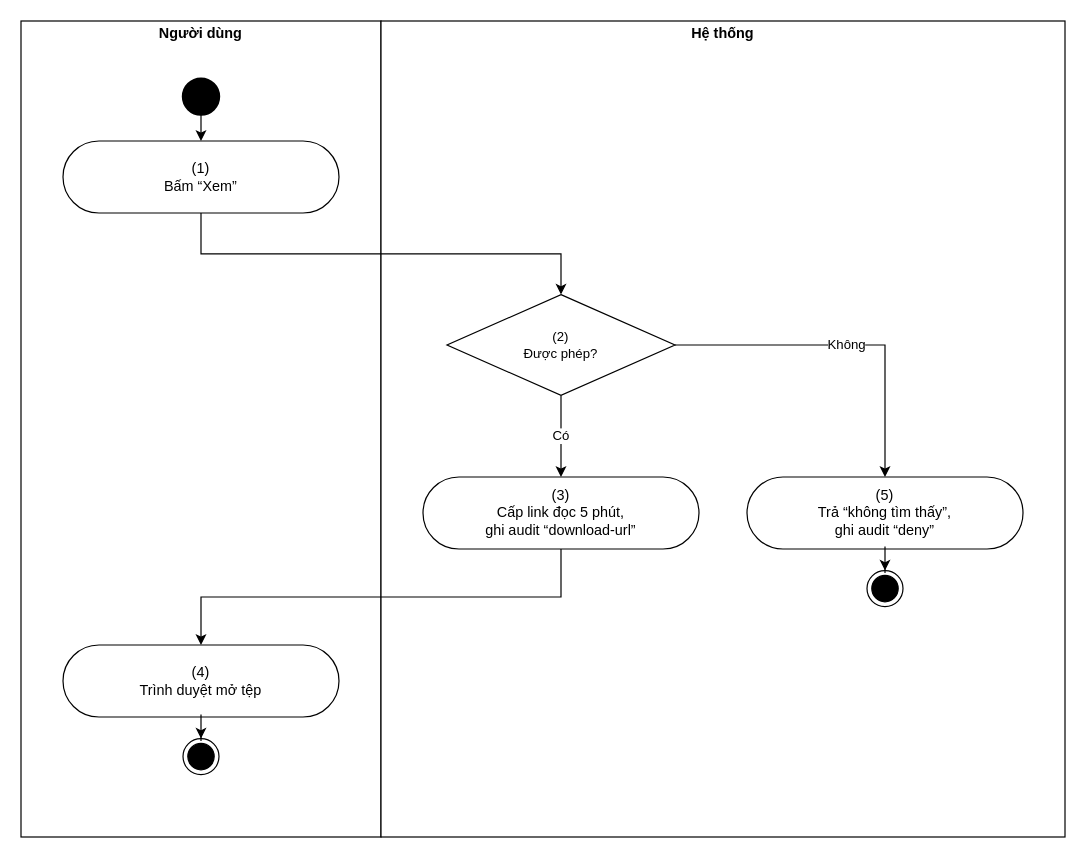
Earlier version of the draw.io diagram page "UC 30 Download a document" (3 of 4) of docs/02-requirements/srs/dist/diagrams/10-activity-documents.drawio (viethung12062005/smart-hospital-platform). Source tidied: cells renumbered, new cells numbered last; positions are measured from the earlier drawing's top-left corner, leaving out a move shared by most shapes. Both pictures are drawn from the tidied source at 120%, with x=0, y=0 at pixel (20, 20).
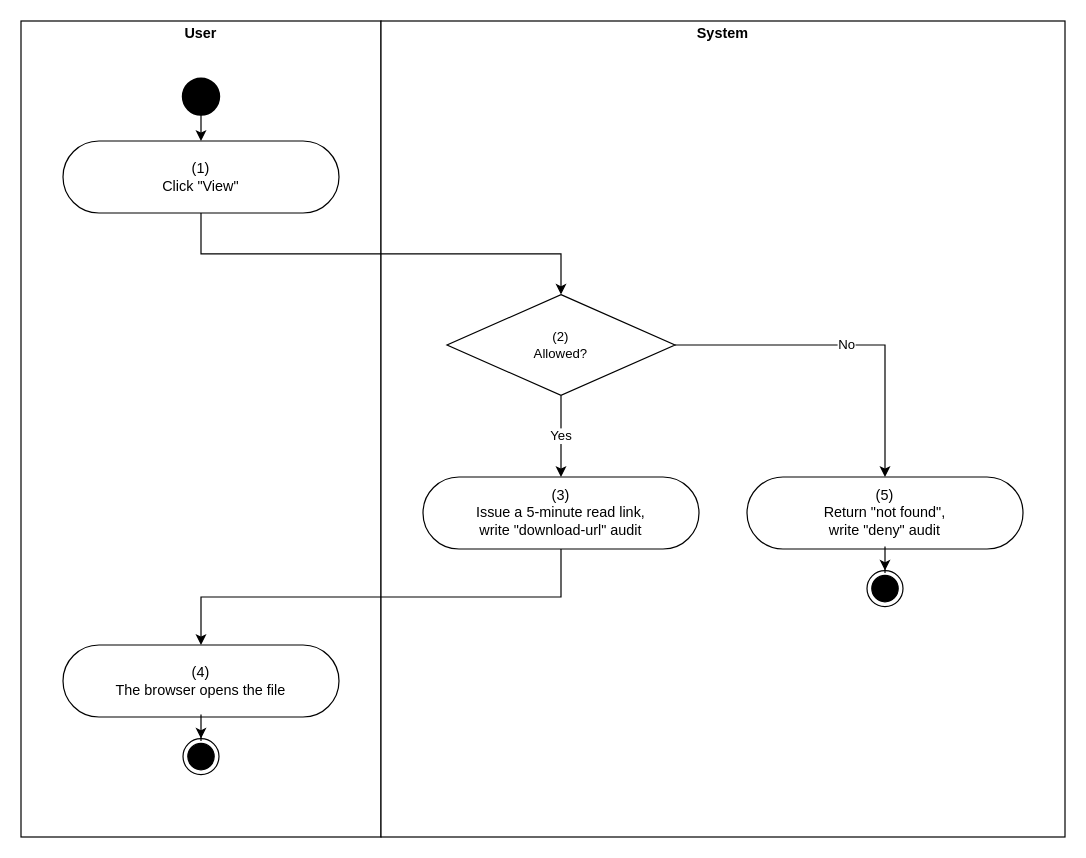
After the change.

Change to the diagram source:
```diff
@@
 <mxGraphModel>
   <root>
     <mxCell id="0" />
     <mxCell id="1" parent="0" />
-    <mxCell id="2" value="&lt;p style=&quot;margin:0px;margin-top:4px;text-align:center&quot;&gt;&lt;b&gt;Người dùng&lt;/b&gt;&lt;/p&gt;" style="verticalAlign=top;align=left;overflow=fill;fontSize=12;fontFamily=Helvetica;html=1;rounded=0;shadow=0;strokeColor=#000000;gradientColor=none;whiteSpace=wrap;" parent="1" vertex="1">
+    <mxCell id="2" value="&lt;p style=&quot;margin:0px;margin-top:4px;text-align:center&quot;&gt;&lt;b&gt;User&lt;/b&gt;&lt;/p&gt;" style="verticalAlign=top;align=left;overflow=fill;fontSize=12;fontFamily=Helvetica;html=1;rounded=0;shadow=0;strokeColor=#000000;gradientColor=none;whiteSpace=wrap;" parent="1" vertex="1">
       <mxGeometry width="300" height="680" as="geometry" />
     </mxCell>
-    <mxCell id="3" value="&lt;p style=&quot;margin:0px;margin-top:4px;text-align:center&quot;&gt;&lt;b&gt;Hệ thống&lt;/b&gt;&lt;/p&gt;" style="verticalAlign=top;align=left;overflow=fill;fontSize=12;fontFamily=Helvetica;html=1;rounded=0;shadow=0;strokeColor=#000000;gradientColor=none;whiteSpace=wrap;" parent="1" vertex="1">
+    <mxCell id="3" value="&lt;p style=&quot;margin:0px;margin-top:4px;text-align:center&quot;&gt;&lt;b&gt;System&lt;/b&gt;&lt;/p&gt;" style="verticalAlign=top;align=left;overflow=fill;fontSize=12;fontFamily=Helvetica;html=1;rounded=0;shadow=0;strokeColor=#000000;gradientColor=none;whiteSpace=wrap;" parent="1" vertex="1">
       <mxGeometry x="300" width="570" height="680" as="geometry" />
     </mxCell>
-    <mxCell id="4" value="(1)&lt;br&gt;Bấm “Xem”" style="html=1;dashed=0;whitespace=wrap;shape=mxgraph.dfd.start;rounded=0;shadow=0;strokeColor=#000000;gradientColor=none;whiteSpace=wrap;fontSize=12;" parent="1" vertex="1">
+    <mxCell id="4" value="(1)&lt;br&gt;Click &amp;quot;View&amp;quot;" style="html=1;dashed=0;whitespace=wrap;shape=mxgraph.dfd.start;rounded=0;shadow=0;strokeColor=#000000;gradientColor=none;whiteSpace=wrap;fontSize=12;" parent="1" vertex="1">
       <mxGeometry x="35" y="100" width="230" height="60" as="geometry" />
     </mxCell>
-    <mxCell id="5" value="(2)&lt;br&gt;Được phép?" style="rhombus;html=1;whiteSpace=wrap;strokeColor=#000000;fontSize=11;" parent="1" vertex="1">
+    <mxCell id="5" value="(2)&lt;br&gt;Allowed?" style="rhombus;html=1;whiteSpace=wrap;strokeColor=#000000;fontSize=11;" parent="1" vertex="1">
       <mxGeometry x="355" y="228" width="190" height="84" as="geometry" />
     </mxCell>
-    <mxCell id="6" value="(3)&lt;br&gt;Cấp link đọc 5 phút,&lt;br&gt;ghi audit “download-url”" style="html=1;dashed=0;whitespace=wrap;shape=mxgraph.dfd.start;rounded=0;shadow=0;strokeColor=#000000;gradientColor=none;whiteSpace=wrap;fontSize=12;" parent="1" vertex="1">
+    <mxCell id="6" value="(3)&lt;br&gt;Issue a 5-minute read link,&lt;br&gt;write &amp;quot;download-url&amp;quot; audit" style="html=1;dashed=0;whitespace=wrap;shape=mxgraph.dfd.start;rounded=0;shadow=0;strokeColor=#000000;gradientColor=none;whiteSpace=wrap;fontSize=12;" parent="1" vertex="1">
       <mxGeometry x="335" y="380" width="230" height="60" as="geometry" />
     </mxCell>
-    <mxCell id="7" value="(4)&lt;br&gt;Trình duyệt mở tệp" style="html=1;dashed=0;whitespace=wrap;shape=mxgraph.dfd.start;rounded=0;shadow=0;strokeColor=#000000;gradientColor=none;whiteSpace=wrap;fontSize=12;" parent="1" vertex="1">
+    <mxCell id="7" value="(4)&lt;br&gt;The browser opens the file" style="html=1;dashed=0;whitespace=wrap;shape=mxgraph.dfd.start;rounded=0;shadow=0;strokeColor=#000000;gradientColor=none;whiteSpace=wrap;fontSize=12;" parent="1" vertex="1">
       <mxGeometry x="35" y="520" width="230" height="60" as="geometry" />
     </mxCell>
-    <mxCell id="8" value="(5)&lt;br&gt;Trả “không tìm thấy”,&lt;br&gt;ghi audit “deny”" style="html=1;dashed=0;whitespace=wrap;shape=mxgraph.dfd.start;rounded=0;shadow=0;strokeColor=#000000;gradientColor=none;whiteSpace=wrap;fontSize=12;" parent="1" vertex="1">
+    <mxCell id="8" value="(5)&lt;br&gt;Return &amp;quot;not found&amp;quot;,&lt;br&gt;write &amp;quot;deny&amp;quot; audit" style="html=1;dashed=0;whitespace=wrap;shape=mxgraph.dfd.start;rounded=0;shadow=0;strokeColor=#000000;gradientColor=none;whiteSpace=wrap;fontSize=12;" parent="1" vertex="1">
       <mxGeometry x="605" y="380" width="230" height="60" as="geometry" />
     </mxCell>
     <mxCell id="9" style="strokeWidth=2;html=1;shape=mxgraph.flowchart.start_2;whiteSpace=wrap;rounded=0;shadow=0;gradientColor=none;fillColor=#000000;" parent="1" vertex="1">
       <mxGeometry x="135" y="48" width="30" height="30" as="geometry" />
     </mxCell>
     <mxCell id="10" style="edgeStyle=orthogonalEdgeStyle;rounded=0;jettySize=auto;html=1;" parent="1" edge="1" source="9" target="4">
       <mxGeometry relative="1" as="geometry" />
     </mxCell>
     <mxCell id="11" style="edgeStyle=orthogonalEdgeStyle;rounded=0;jettySize=auto;html=1;exitX=0.5;exitY=1;exitDx=0;exitDy=0;entryX=0.5;entryY=0;entryDx=0;entryDy=0;" parent="1" edge="1" source="4" target="5">
       <mxGeometry relative="1" as="geometry" />
     </mxCell>
-    <mxCell id="12" value="Có" style="edgeStyle=orthogonalEdgeStyle;rounded=0;jettySize=auto;html=1;exitX=0.5;exitY=1;exitDx=0;exitDy=0;entryX=0.5;entryY=0;entryDx=0;entryDy=0;" parent="1" edge="1" source="5" target="6">
+    <mxCell id="12" value="Yes" style="edgeStyle=orthogonalEdgeStyle;rounded=0;jettySize=auto;html=1;exitX=0.5;exitY=1;exitDx=0;exitDy=0;entryX=0.5;entryY=0;entryDx=0;entryDy=0;" parent="1" edge="1" source="5" target="6">
       <mxGeometry relative="1" as="geometry" />
     </mxCell>
-    <mxCell id="13" value="Không" style="edgeStyle=orthogonalEdgeStyle;rounded=0;jettySize=auto;html=1;exitX=1;exitY=0.5;exitDx=0;exitDy=0;entryX=0.5;entryY=0;entryDx=0;entryDy=0;" parent="1" edge="1" source="5" target="8">
+    <mxCell id="13" value="No" style="edgeStyle=orthogonalEdgeStyle;rounded=0;jettySize=auto;html=1;exitX=1;exitY=0.5;exitDx=0;exitDy=0;entryX=0.5;entryY=0;entryDx=0;entryDy=0;" parent="1" edge="1" source="5" target="8">
       <mxGeometry relative="1" as="geometry" />
     </mxCell>
     <mxCell id="14" style="edgeStyle=orthogonalEdgeStyle;rounded=0;jettySize=auto;html=1;exitX=0.5;exitY=1;exitDx=0;exitDy=0;entryX=0.5;entryY=0;entryDx=0;entryDy=0;" parent="1" edge="1" source="6" target="7">
       <mxGeometry relative="1" as="geometry" />
     </mxCell>
     <mxCell id="15" style="ellipse;html=1;shape=endState;fillColor=#000000;rounded=0;shadow=0;whiteSpace=wrap;" parent="1" vertex="1">
       <mxGeometry x="135" y="598" width="30" height="30" as="geometry" />
     </mxCell>
     <mxCell id="16" style="edgeStyle=orthogonalEdgeStyle;rounded=0;jettySize=auto;html=1;" parent="1" edge="1" source="7" target="15">
       <mxGeometry relative="1" as="geometry" />
     </mxCell>
     <mxCell id="17" style="ellipse;html=1;shape=endState;fillColor=#000000;rounded=0;shadow=0;whiteSpace=wrap;" parent="1" vertex="1">
       <mxGeometry x="705" y="458" width="30" height="30" as="geometry" />
     </mxCell>
     <mxCell id="18" style="edgeStyle=orthogonalEdgeStyle;rounded=0;jettySize=auto;html=1;" parent="1" edge="1" source="8" target="17">
       <mxGeometry relative="1" as="geometry" />
     </mxCell>
   </root>
 </mxGraphModel>
```
